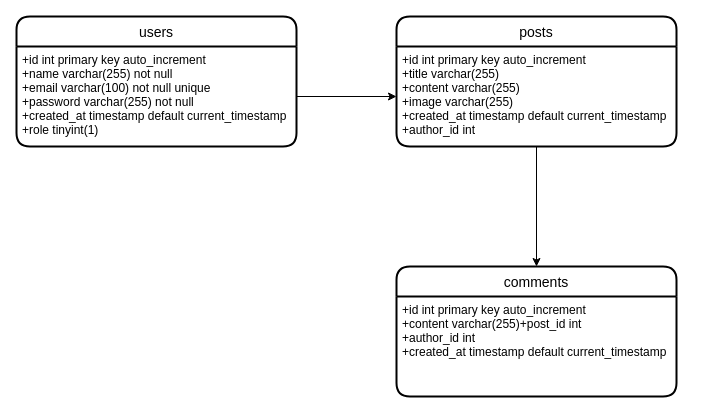
The draw.io diagram Untitled Diagram.drawio in kyawphyothu/drawio, before the edit. Source tidied: cells renumbered, new cells numbered last; positions are measured from the earlier drawing's top-left corner, leaving out a move shared by most shapes. Both pictures are drawn from the tidied source at 100%, with x=0, y=0 at pixel (16, 16).
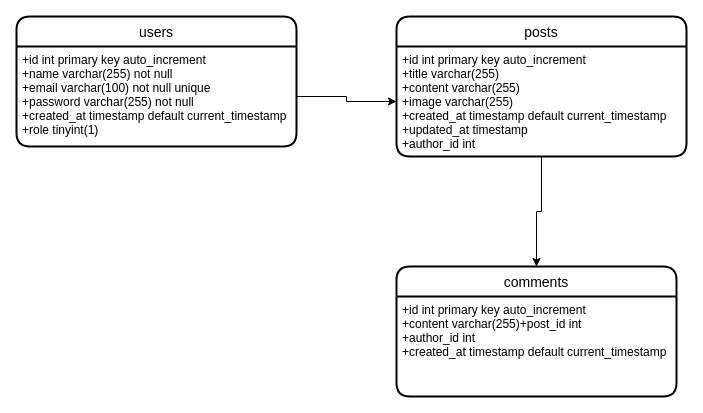
After the change.

Change to the diagram source:
```diff
@@
 <mxGraphModel>
   <root>
     <mxCell id="0" />
     <mxCell id="1" parent="0" />
     <mxCell id="2" value="users" style="swimlane;horizontal=1;startSize=30;rounded=1;fontSize=14;fontStyle=0;strokeWidth=2;shadow=0;dashed=0;align=center;" parent="1" vertex="1">
       <mxGeometry width="280" height="130" as="geometry" />
     </mxCell>
     <mxCell id="3" value="+id int primary key auto_increment&#10;+name varchar(255) not null&#10;+email varchar(100) not null unique&#10;+password varchar(255) not null&#10;+created_at timestamp default current_timestamp&#10;+role tinyint(1)&#10;" style="align=left;strokeColor=none;fillColor=none;spacingLeft=4;fontSize=12;verticalAlign=top;" parent="2" vertex="1">
       <mxGeometry y="30" width="280" height="100" as="geometry" />
     </mxCell>
     <mxCell id="4" value="posts" style="swimlane;horizontal=1;startSize=30;rounded=1;fontSize=14;fontStyle=0;strokeWidth=2;shadow=0;dashed=0;align=center;" parent="1" vertex="1">
-      <mxGeometry x="380" width="280" height="130" as="geometry" />
+      <mxGeometry x="380" width="290" height="140" as="geometry" />
     </mxCell>
-    <mxCell id="5" value="+id int primary key auto_increment&#10;+title varchar(255) &#10;+content varchar(255) &#10;+image varchar(255)&#10;+created_at timestamp default current_timestamp&#10;+author_id int&#10;" style="align=left;strokeColor=none;fillColor=none;spacingLeft=4;fontSize=12;verticalAlign=top;" parent="4" vertex="1">
-      <mxGeometry y="30" width="280" height="100" as="geometry" />
+    <mxCell id="5" value="+id int primary key auto_increment&#10;+title varchar(255) &#10;+content varchar(255) &#10;+image varchar(255)&#10;+created_at timestamp default current_timestamp&#10;+updated_at timestamp&#10;+author_id int&#10;" style="align=left;strokeColor=none;fillColor=none;spacingLeft=4;fontSize=12;verticalAlign=top;" parent="4" vertex="1">
+      <mxGeometry y="30" width="290" height="110" as="geometry" />
     </mxCell>
     <mxCell id="6" style="edgeStyle=orthogonalEdgeStyle;rounded=0;jettySize=auto;html=1;entryX=0;entryY=0.5;entryDx=0;entryDy=0;" parent="1" edge="1" source="3" target="5">
       <mxGeometry relative="1" as="geometry" />
     </mxCell>
     <mxCell id="7" value="comments" style="swimlane;horizontal=1;startSize=30;rounded=1;fontSize=14;fontStyle=0;strokeWidth=2;shadow=0;dashed=0;align=center;" parent="1" vertex="1">
       <mxGeometry x="380" y="250" width="280" height="130" as="geometry" />
     </mxCell>
     <mxCell id="8" value="+id int primary key auto_increment &#10;+content varchar(255)+post_id int&#10;+author_id int&#10;+created_at timestamp default current_timestamp&#10;" style="align=left;strokeColor=none;fillColor=none;spacingLeft=4;fontSize=12;verticalAlign=top;" parent="7" vertex="1">
       <mxGeometry y="30" width="280" height="100" as="geometry" />
     </mxCell>
     <mxCell id="9" style="edgeStyle=orthogonalEdgeStyle;rounded=0;jettySize=auto;html=1;entryX=0.5;entryY=0;entryDx=0;entryDy=0;" parent="1" edge="1" source="5" target="7">
       <mxGeometry relative="1" as="geometry" />
     </mxCell>
   </root>
 </mxGraphModel>
```
